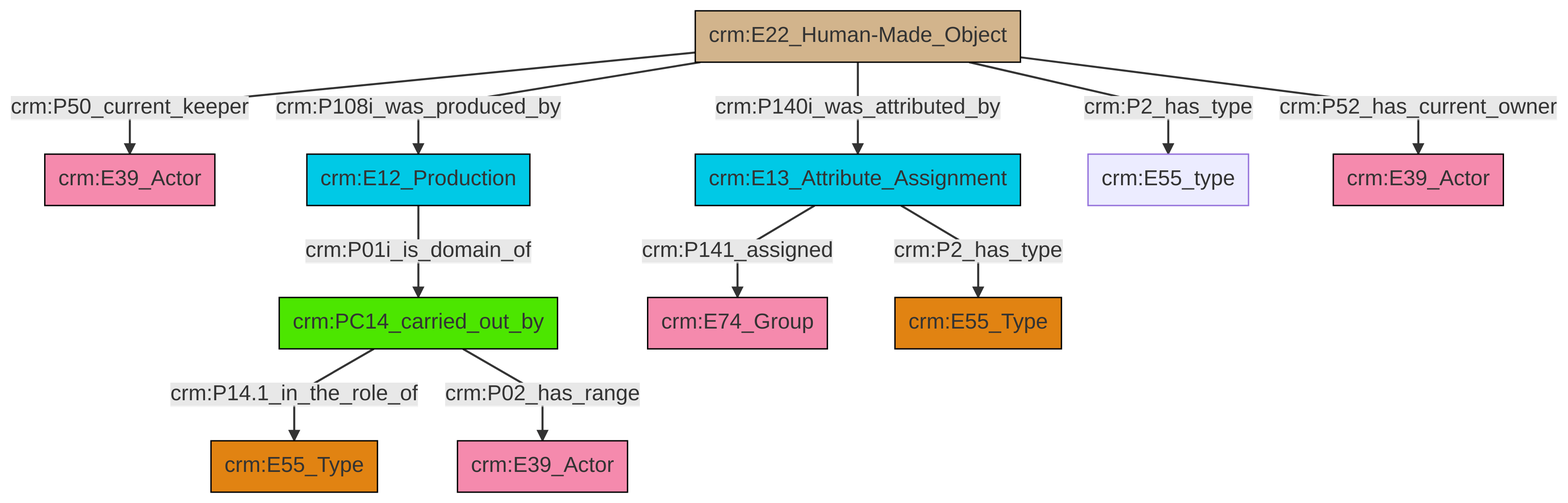
swiss-art-research-net/docs.swissartresearch keeps this Mermaid diagram as et/artworkCSV/ttl/mmd/png/Artwork_Actor_Relations.png. Above is the earlier version. Its source is kept beside it as et/artworkCSV/ttl/mmd/Artwork_Actor_Relations.ttl.mmd.
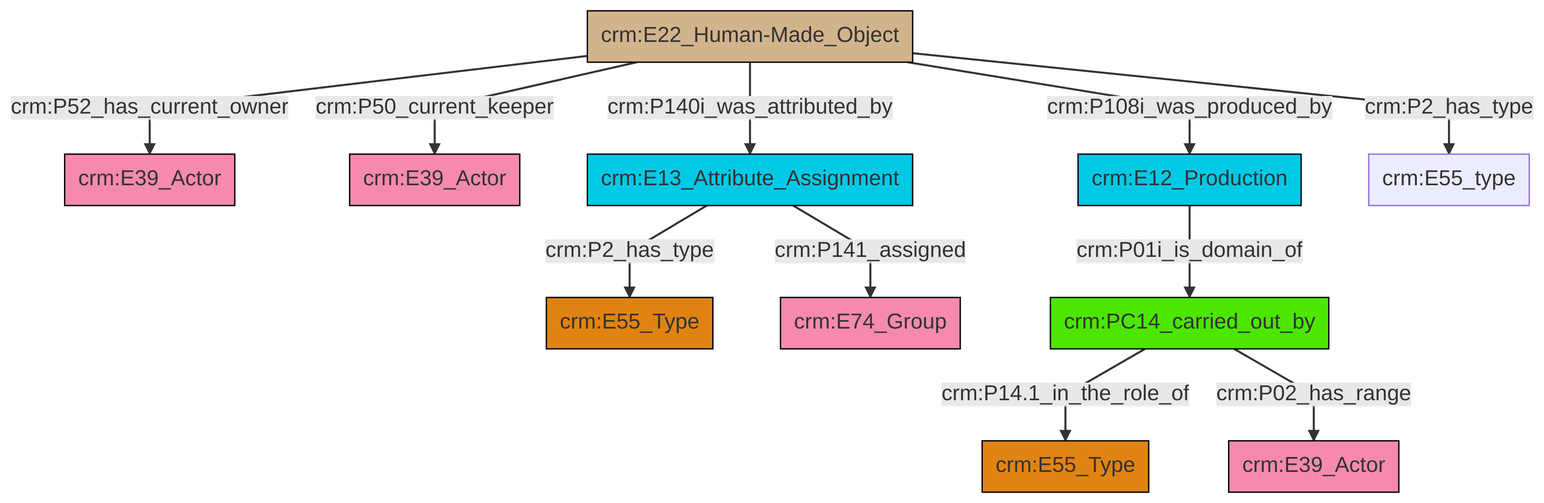
After the commit.

The edit, as a diff of the source:
```diff
@@ -13,13 +13,13 @@
 classDef PC_Classes fill:#4ce600, stroke:#000000;
 classDef Multi fill:#cccccc,stroke:#000000;
 
-4["crm:E12_Production"]:::Temporal_Entity -->|crm:P01i_is_domain_of| 5["crm:PC14_carried_out_by"]:::PC_Classes
-5["crm:PC14_carried_out_by"]:::PC_Classes -->|crm:P14.1_in_the_role_of| 8["crm:E55_Type"]:::Type
-9["crm:E13_Attribute_Assignment"]:::Temporal_Entity -->|crm:P141_assigned| 10["crm:E74_Group"]:::Actor
-5["crm:PC14_carried_out_by"]:::PC_Classes -->|crm:P02_has_range| 6["crm:E39_Actor"]:::Actor
-9["crm:E13_Attribute_Assignment"]:::Temporal_Entity -->|crm:P2_has_type| 12["crm:E55_Type"]:::Type
-0["crm:E22_Human-Made_Object"]:::Physical_Thing -->|crm:P2_has_type| 13["crm:E55_type"]:::Default
-0["crm:E22_Human-Made_Object"]:::Physical_Thing -->|crm:P52_has_current_owner| 15["crm:E39_Actor"]:::Actor
-0["crm:E22_Human-Made_Object"]:::Physical_Thing -->|crm:P108i_was_produced_by| 4["crm:E12_Production"]:::Temporal_Entity
-0["crm:E22_Human-Made_Object"]:::Physical_Thing -->|crm:P140i_was_attributed_by| 9["crm:E13_Attribute_Assignment"]:::Temporal_Entity
-0["crm:E22_Human-Made_Object"]:::Physical_Thing -->|crm:P50_current_keeper| 2["crm:E39_Actor"]:::Actor
+4["crm:E13_Attribute_Assignment"]:::Temporal_Entity -->|crm:P2_has_type| 5["crm:E55_Type"]:::Type
+8["crm:E22_Human-Made_Object"]:::Physical_Thing -->|crm:P52_has_current_owner| 6["crm:E39_Actor"]:::Actor
+8["crm:E22_Human-Made_Object"]:::Physical_Thing -->|crm:P50_current_keeper| 9["crm:E39_Actor"]:::Actor
+8["crm:E22_Human-Made_Object"]:::Physical_Thing -->|crm:P140i_was_attributed_by| 4["crm:E13_Attribute_Assignment"]:::Temporal_Entity
+0["crm:E12_Production"]:::Temporal_Entity -->|crm:P01i_is_domain_of| 11["crm:PC14_carried_out_by"]:::PC_Classes
+11["crm:PC14_carried_out_by"]:::PC_Classes -->|crm:P14.1_in_the_role_of| 2["crm:E55_Type"]:::Type
+8["crm:E22_Human-Made_Object"]:::Physical_Thing -->|crm:P108i_was_produced_by| 0["crm:E12_Production"]:::Temporal_Entity
+4["crm:E13_Attribute_Assignment"]:::Temporal_Entity -->|crm:P141_assigned| 18["crm:E74_Group"]:::Actor
+11["crm:PC14_carried_out_by"]:::PC_Classes -->|crm:P02_has_range| 19["crm:E39_Actor"]:::Actor
+8["crm:E22_Human-Made_Object"]:::Physical_Thing -->|crm:P2_has_type| 15["crm:E55_type"]:::Default
```
